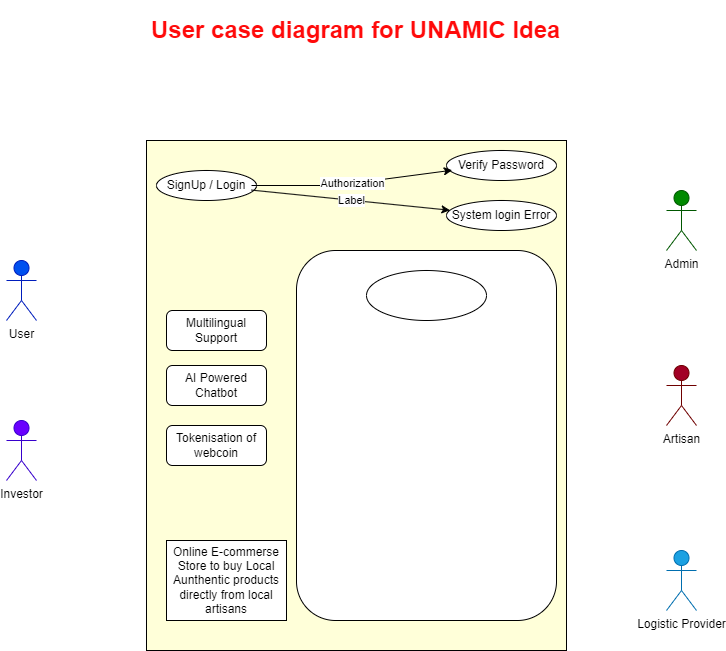
The draw.io diagram SIH.drawio.png in unsparsh/SIH_2023, before a commit. Source tidied: cells renumbered, new cells last; positions are measured from the earlier drawing's top-left corner, leaving out a move shared by most shapes.
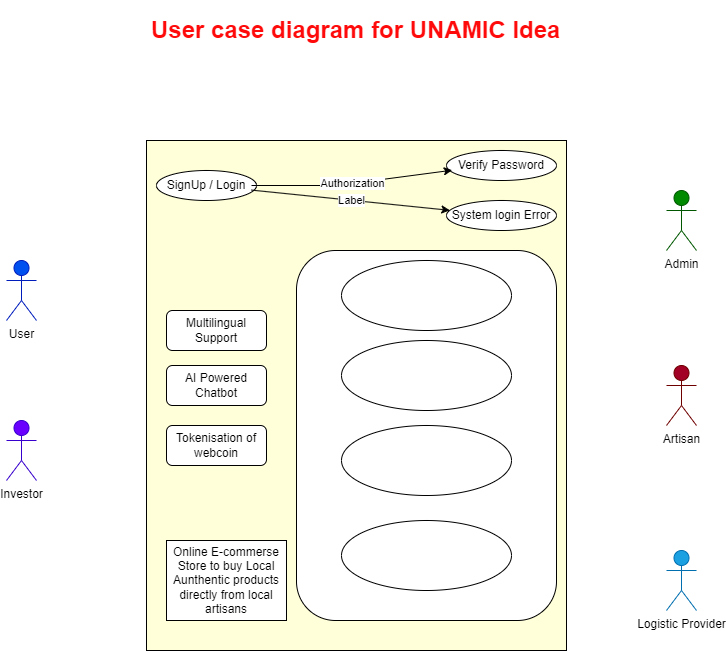
The same file after the commit.

What changed in the source:
```diff
@@ -67,7 +67,16 @@
       <mxGeometry x="290" y="240" width="260" height="370" as="geometry" />
     </mxCell>
     <mxCell id="22" style="ellipse;whiteSpace=wrap;html=1;" parent="1" vertex="1">
-      <mxGeometry x="360" y="260" width="120" height="50" as="geometry" />
+      <mxGeometry x="335" y="250" width="170" height="70" as="geometry" />
     </mxCell>
+    <mxCell id="23" style="ellipse;whiteSpace=wrap;html=1;" parent="1" vertex="1">
+      <mxGeometry x="335" y="330" width="170" height="70" as="geometry" />
+    </mxCell>
+    <mxCell id="24" style="ellipse;whiteSpace=wrap;html=1;" parent="1" vertex="1">
+      <mxGeometry x="335" y="415" width="170" height="70" as="geometry" />
+    </mxCell>
+    <mxCell id="25" style="ellipse;whiteSpace=wrap;html=1;" parent="1" vertex="1">
+      <mxGeometry x="335" y="510" width="170" height="70" as="geometry" />
+    </mxCell>
   </root>
 </mxGraphModel>
```
